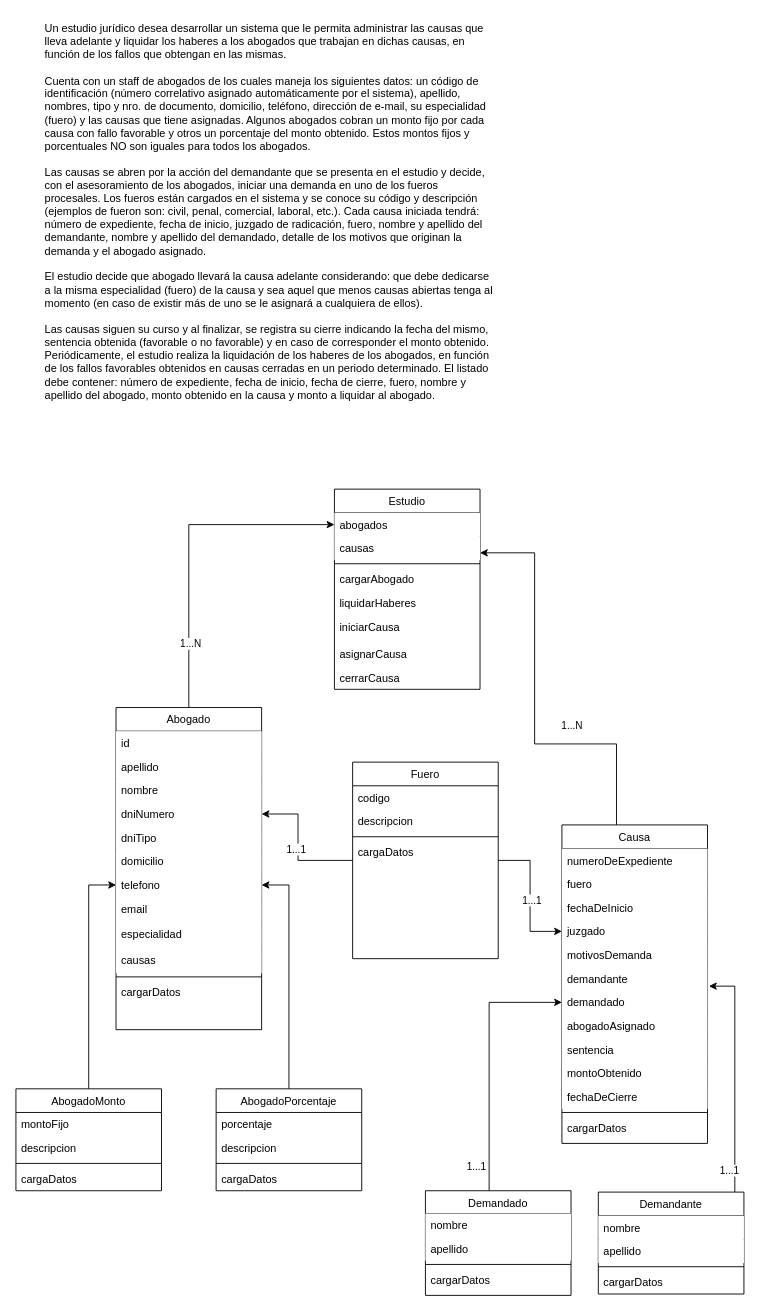
Above: Diagrama sin título.drawio in cuerojr/tp-1-ayed (draw.io), before the change. Source tidied: cells renumbered, new cells numbered last; positions are measured from the earlier drawing's top-left corner, leaving out a move shared by most shapes. Both pictures are drawn from the tidied source at 91%, with x=0, y=0 at pixel (15, 15).
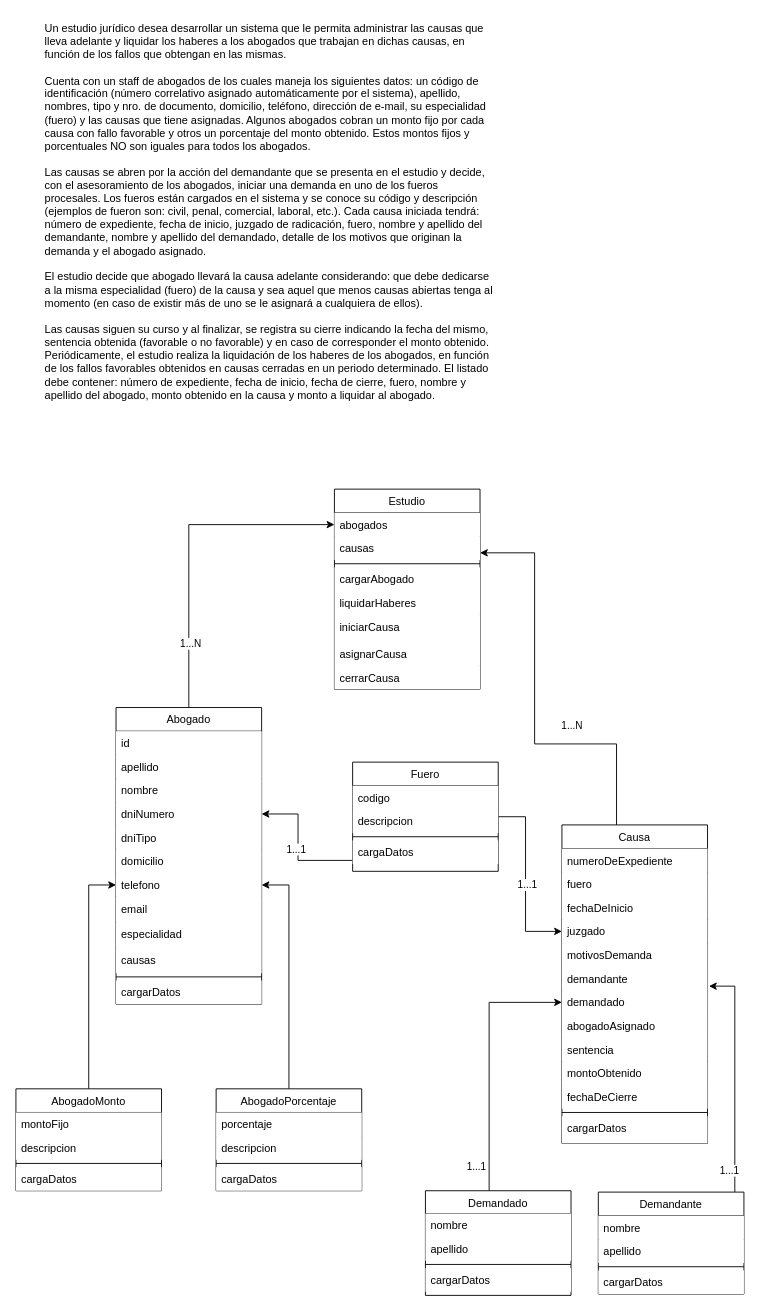
The same page after the edit.

The change refers to these unchanged cells:
```xml
<mxCell id="12" value="Estudio" style="swimlane;fontStyle=0;align=center;verticalAlign=top;horizontal=1;startSize=26;rounded=0;shadow=0;strokeWidth=1;" parent="1" vertex="1">
  <mxGeometry x="350" y="520" width="160" height="220" as="geometry" />
</mxCell>
<mxCell id="42" value="juzgado" style="text;align=left;verticalAlign=top;spacingLeft=4;spacingRight=4;overflow=hidden;points=[[0,0.5],[1,0.5]];portConstraint=eastwest;rounded=0;shadow=0;html=0;fillColor=#FFFFFF;" parent="38" vertex="1">
  <mxGeometry y="104" width="160" height="26" as="geometry" />
</mxCell>
<mxCell id="56" value="Demandado" style="swimlane;fontStyle=0;align=center;verticalAlign=top;horizontal=1;startSize=25;rounded=0;shadow=0;strokeWidth=1;fillColor=#FFFFFF;" parent="1" vertex="1">
  <mxGeometry x="450" y="1291" width="160" height="115" as="geometry" />
</mxCell>
<mxCell id="61" value="Demandante" style="swimlane;fontStyle=0;align=center;verticalAlign=top;horizontal=1;startSize=26;rounded=0;shadow=0;strokeWidth=1;fillColor=#FFFFFF;" parent="1" vertex="1">
  <mxGeometry x="640" y="1292.5" width="160" height="112" as="geometry" />
</mxCell>
```

What changed in the source:
```diff
@@
     <mxCell id="4" style="edgeStyle=orthogonalEdgeStyle;rounded=0;jettySize=auto;html=1;entryX=0;entryY=0.5;entryDx=0;entryDy=0;" parent="1" edge="1" source="6" target="42">
-      <mxGeometry relative="1" as="geometry" />
+      <mxGeometry relative="1" as="geometry">
+        <Array as="points">
+          <mxPoint x="560" y="880" />
+          <mxPoint x="560" y="1006" />
+        </Array>
+      </mxGeometry>
     </mxCell>
@@
-    <mxCell id="6" value="Fuero" style="swimlane;fontStyle=0;align=center;verticalAlign=top;horizontal=1;startSize=26;rounded=0;shadow=0;strokeWidth=1;" parent="1" vertex="1">
-      <mxGeometry x="370" y="820" width="160" height="216" as="geometry" />
+    <mxCell id="6" value="Fuero" style="swimlane;fontStyle=0;align=center;verticalAlign=top;horizontal=1;startSize=26;rounded=0;shadow=0;strokeWidth=1;fillColor=#FFFFFF;" parent="1" vertex="1">
+      <mxGeometry x="370" y="820" width="160" height="120" as="geometry" />
     </mxCell>
-    <mxCell id="7" value="codigo" style="text;align=left;verticalAlign=top;spacingLeft=4;spacingRight=4;overflow=hidden;" parent="6" vertex="1">
+    <mxCell id="7" value="codigo" style="text;align=left;verticalAlign=top;spacingLeft=4;spacingRight=4;overflow=hidden;fillColor=#FFFFFF;" parent="6" vertex="1">
       <mxGeometry y="26" width="160" height="26" as="geometry" />
     </mxCell>
-    <mxCell id="8" value="descripcion" style="text;align=left;verticalAlign=top;spacingLeft=4;spacingRight=4;overflow=hidden;rounded=0;shadow=0;html=0;" parent="6" vertex="1">
+    <mxCell id="8" value="descripcion" style="text;align=left;verticalAlign=top;spacingLeft=4;spacingRight=4;overflow=hidden;rounded=0;shadow=0;html=0;fillColor=#FFFFFF;" parent="6" vertex="1">
       <mxGeometry y="52" width="160" height="26" as="geometry" />
     </mxCell>
@@
-    <mxCell id="10" value="cargaDatos" style="text;align=left;verticalAlign=top;spacingLeft=4;spacingRight=4;overflow=hidden;" parent="6" vertex="1">
+    <mxCell id="10" value="cargaDatos" style="text;align=left;verticalAlign=top;spacingLeft=4;spacingRight=4;overflow=hidden;fillColor=#FFFFFF;" parent="6" vertex="1">
       <mxGeometry y="86" width="160" height="26" as="geometry" />
     </mxCell>
@@
-    <mxCell id="16" value="cargarAbogado" style="text;align=left;verticalAlign=top;spacingLeft=4;spacingRight=4;overflow=hidden;" parent="12" vertex="1">
+    <mxCell id="16" value="cargarAbogado" style="text;align=left;verticalAlign=top;spacingLeft=4;spacingRight=4;overflow=hidden;fillColor=#FFFFFF;" parent="12" vertex="1">
       <mxGeometry y="86" width="160" height="26" as="geometry" />
     </mxCell>
-    <mxCell id="17" value="liquidarHaberes" style="text;align=left;verticalAlign=top;spacingLeft=4;spacingRight=4;overflow=hidden;" parent="12" vertex="1">
+    <mxCell id="17" value="liquidarHaberes" style="text;align=left;verticalAlign=top;spacingLeft=4;spacingRight=4;overflow=hidden;fillColor=#FFFFFF;" parent="12" vertex="1">
       <mxGeometry y="112" width="160" height="26" as="geometry" />
     </mxCell>
-    <mxCell id="18" value="iniciarCausa" style="text;align=left;verticalAlign=top;spacingLeft=4;spacingRight=4;overflow=hidden;" parent="12" vertex="1">
+    <mxCell id="18" value="iniciarCausa" style="text;align=left;verticalAlign=top;spacingLeft=4;spacingRight=4;overflow=hidden;fillColor=#FFFFFF;" parent="12" vertex="1">
       <mxGeometry y="138" width="160" height="30" as="geometry" />
     </mxCell>
-    <mxCell id="19" value="asignarCausa" style="text;align=left;verticalAlign=top;spacingLeft=4;spacingRight=4;overflow=hidden;" parent="12" vertex="1">
+    <mxCell id="19" value="asignarCausa" style="text;align=left;verticalAlign=top;spacingLeft=4;spacingRight=4;overflow=hidden;fillColor=#FFFFFF;" parent="12" vertex="1">
       <mxGeometry y="168" width="160" height="26" as="geometry" />
     </mxCell>
-    <mxCell id="20" value="cerrarCausa" style="text;align=left;verticalAlign=top;spacingLeft=4;spacingRight=4;overflow=hidden;" parent="12" vertex="1">
+    <mxCell id="20" value="cerrarCausa" style="text;align=left;verticalAlign=top;spacingLeft=4;spacingRight=4;overflow=hidden;fillColor=#FFFFFF;" parent="12" vertex="1">
       <mxGeometry y="194" width="160" height="26" as="geometry" />
     </mxCell>
@@
     <mxCell id="23" value="Abogado" style="swimlane;fontStyle=0;align=center;verticalAlign=top;horizontal=1;startSize=26;rounded=0;shadow=0;strokeWidth=1;fillColor=#FFFFFF;" parent="1" vertex="1">
-      <mxGeometry x="110" y="760" width="160" height="354" as="geometry" />
+      <mxGeometry x="110" y="760" width="160" height="326" as="geometry" />
     </mxCell>
@@
-    <mxCell id="35" value="cargarDatos" style="text;align=left;verticalAlign=top;spacingLeft=4;spacingRight=4;overflow=hidden;" parent="23" vertex="1">
+    <mxCell id="35" value="cargarDatos" style="text;align=left;verticalAlign=top;spacingLeft=4;spacingRight=4;overflow=hidden;fillColor=#FFFFFF;" parent="23" vertex="1">
       <mxGeometry y="300" width="160" height="26" as="geometry" />
     </mxCell>
@@
-    <mxCell id="38" value="Causa" style="swimlane;fontStyle=0;align=center;verticalAlign=top;horizontal=1;startSize=26;rounded=0;shadow=0;strokeWidth=1;" parent="1" vertex="1">
+    <mxCell id="38" value="Causa" style="swimlane;fontStyle=0;align=center;verticalAlign=top;horizontal=1;startSize=26;rounded=0;shadow=0;strokeWidth=1;fillColor=#FFFFFF;" parent="1" vertex="1">
       <mxGeometry x="600" y="889" width="160" height="350" as="geometry" />
     </mxCell>
@@
-    <mxCell id="51" value="cargarDatos" style="text;align=left;verticalAlign=top;spacingLeft=4;spacingRight=4;overflow=hidden;" parent="38" vertex="1">
+    <mxCell id="51" value="cargarDatos" style="text;align=left;verticalAlign=top;spacingLeft=4;spacingRight=4;overflow=hidden;fillColor=#FFFFFF;" parent="38" vertex="1">
       <mxGeometry y="320" width="160" height="30" as="geometry" />
     </mxCell>
@@
-    <mxCell id="60" value="cargarDatos" style="text;align=left;verticalAlign=top;spacingLeft=4;spacingRight=4;overflow=hidden;" parent="56" vertex="1">
+    <mxCell id="60" value="cargarDatos" style="text;align=left;verticalAlign=top;spacingLeft=4;spacingRight=4;overflow=hidden;fillColor=#FFFFFF;" parent="56" vertex="1">
       <mxGeometry y="85" width="160" height="26" as="geometry" />
     </mxCell>
@@
-    <mxCell id="65" value="cargarDatos" style="text;align=left;verticalAlign=top;spacingLeft=4;spacingRight=4;overflow=hidden;" parent="61" vertex="1">
+    <mxCell id="65" value="cargarDatos" style="text;align=left;verticalAlign=top;spacingLeft=4;spacingRight=4;overflow=hidden;fillColor=#FFFFFF;" parent="61" vertex="1">
       <mxGeometry y="86" width="160" height="26" as="geometry" />
     </mxCell>
@@
-    <mxCell id="67" value="AbogadoMonto" style="swimlane;fontStyle=0;align=center;verticalAlign=top;horizontal=1;startSize=26;rounded=0;shadow=0;strokeWidth=1;" parent="1" vertex="1">
+    <mxCell id="67" value="AbogadoMonto" style="swimlane;fontStyle=0;align=center;verticalAlign=top;horizontal=1;startSize=26;rounded=0;shadow=0;strokeWidth=1;fillColor=#FFFFFF;" parent="1" vertex="1">
       <mxGeometry y="1179" width="160" height="112" as="geometry" />
     </mxCell>
-    <mxCell id="68" value="montoFijo" style="text;align=left;verticalAlign=top;spacingLeft=4;spacingRight=4;overflow=hidden;" parent="67" vertex="1">
+    <mxCell id="68" value="montoFijo" style="text;align=left;verticalAlign=top;spacingLeft=4;spacingRight=4;overflow=hidden;fillColor=#FFFFFF;" parent="67" vertex="1">
       <mxGeometry y="26" width="160" height="26" as="geometry" />
     </mxCell>
-    <mxCell id="69" value="descripcion" style="text;align=left;verticalAlign=top;spacingLeft=4;spacingRight=4;overflow=hidden;rounded=0;shadow=0;html=0;" parent="67" vertex="1">
+    <mxCell id="69" value="descripcion" style="text;align=left;verticalAlign=top;spacingLeft=4;spacingRight=4;overflow=hidden;rounded=0;shadow=0;html=0;fillColor=#FFFFFF;" parent="67" vertex="1">
       <mxGeometry y="52" width="160" height="26" as="geometry" />
     </mxCell>
-    <mxCell id="70" style="line;html=1;strokeWidth=1;align=left;verticalAlign=middle;spacingTop=-1;spacingLeft=3;spacingRight=3;labelPosition=right;" parent="67" vertex="1">
+    <mxCell id="70" style="line;html=1;strokeWidth=1;align=left;verticalAlign=middle;spacingTop=-1;spacingLeft=3;spacingRight=3;labelPosition=right;fillColor=#FFFFFF;" parent="67" vertex="1">
       <mxGeometry y="78" width="160" height="8" as="geometry" />
     </mxCell>
-    <mxCell id="71" value="cargaDatos" style="text;align=left;verticalAlign=top;spacingLeft=4;spacingRight=4;overflow=hidden;" parent="67" vertex="1">
+    <mxCell id="71" value="cargaDatos" style="text;align=left;verticalAlign=top;spacingLeft=4;spacingRight=4;overflow=hidden;fillColor=#FFFFFF;" parent="67" vertex="1">
       <mxGeometry y="86" width="160" height="26" as="geometry" />
     </mxCell>
@@
-    <mxCell id="73" value="AbogadoPorcentaje" style="swimlane;fontStyle=0;align=center;verticalAlign=top;horizontal=1;startSize=26;rounded=0;shadow=0;strokeWidth=1;" parent="1" vertex="1">
+    <mxCell id="73" value="AbogadoPorcentaje" style="swimlane;fontStyle=0;align=center;verticalAlign=top;horizontal=1;startSize=26;rounded=0;shadow=0;strokeWidth=1;fillColor=#FFFFFF;" parent="1" vertex="1">
       <mxGeometry x="220" y="1179" width="160" height="112" as="geometry" />
     </mxCell>
-    <mxCell id="74" value="porcentaje" style="text;align=left;verticalAlign=top;spacingLeft=4;spacingRight=4;overflow=hidden;" parent="73" vertex="1">
+    <mxCell id="74" value="porcentaje" style="text;align=left;verticalAlign=top;spacingLeft=4;spacingRight=4;overflow=hidden;fillColor=#FFFFFF;" parent="73" vertex="1">
       <mxGeometry y="26" width="160" height="26" as="geometry" />
     </mxCell>
-    <mxCell id="75" value="descripcion" style="text;align=left;verticalAlign=top;spacingLeft=4;spacingRight=4;overflow=hidden;rounded=0;shadow=0;html=0;" parent="73" vertex="1">
+    <mxCell id="75" value="descripcion" style="text;align=left;verticalAlign=top;spacingLeft=4;spacingRight=4;overflow=hidden;rounded=0;shadow=0;html=0;fillColor=#FFFFFF;" parent="73" vertex="1">
       <mxGeometry y="52" width="160" height="26" as="geometry" />
     </mxCell>
@@
-    <mxCell id="77" value="cargaDatos" style="text;align=left;verticalAlign=top;spacingLeft=4;spacingRight=4;overflow=hidden;" parent="73" vertex="1">
+    <mxCell id="77" value="cargaDatos" style="text;align=left;verticalAlign=top;spacingLeft=4;spacingRight=4;overflow=hidden;fillColor=#FFFFFF;" parent="73" vertex="1">
       <mxGeometry y="86" width="160" height="26" as="geometry" />
     </mxCell>
```
